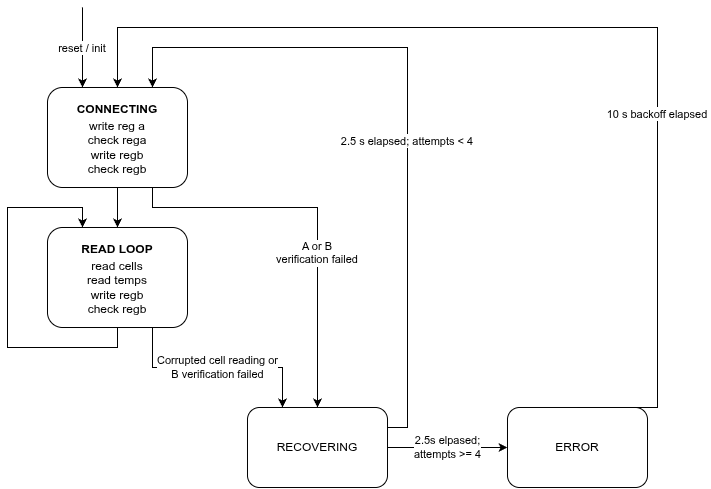
This is firmware/source/a_box/adbms/ADBMS_FSM.drawio.png from PurdueElectricRacing/monorepo, a draw.io export, as it was before one commit. Source tidied: cells renumbered, new cells last; positions are measured from the earlier drawing's top-left corner, leaving out a move shared by most shapes.
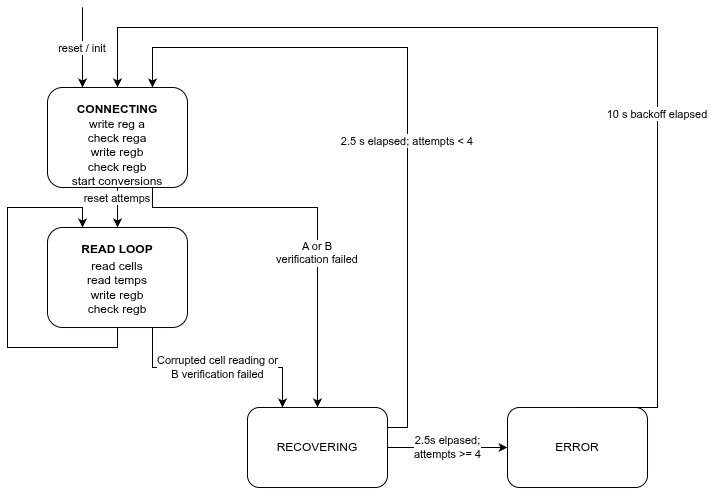
Later version of the same file.

Commit message:
don't reset recovery_attempts attempts until connected

Change to the diagram source:
```diff
@@ -22,8 +22,8 @@
         <mxPoint x="75" as="sourcePoint" />
       </mxGeometry>
     </mxCell>
-    <mxCell id="8" style="endArrow=classic;html=0;rounded=0;curved=0;strokeColor=#000000;" parent="1" edge="1" source="2" target="3">
-      <mxGeometry relative="1" as="geometry" />
+    <mxCell id="8" value="reset attemps" style="endArrow=classic;html=0;rounded=0;curved=0;strokeColor=#000000;" parent="1" edge="1" source="2" target="3">
+      <mxGeometry x="-0.5" relative="1" as="geometry" />
     </mxCell>
     <mxCell id="9" value="A or B&#10;verification failed" style="endArrow=classic;html=0;rounded=0;strokeColor=#000000;exitX=0.75;exitY=1;exitDx=0;exitDy=0;edgeStyle=orthogonalEdgeStyle;entryX=0.5;entryY=0;entryDx=0;entryDy=0;" parent="1" edge="1" source="2" target="5">
       <mxGeometry x="0.2" relative="1" as="geometry">
@@ -50,8 +50,8 @@
         </Array>
       </mxGeometry>
     </mxCell>
-    <mxCell id="12" value="&lt;span style=&quot;color: rgb(0, 0, 0);&quot;&gt;write reg a&lt;/span&gt;&lt;div&gt;&lt;span style=&quot;color: rgb(0, 0, 0);&quot;&gt;check rega&lt;/span&gt;&lt;/div&gt;&lt;div&gt;&lt;span style=&quot;color: rgb(0, 0, 0);&quot;&gt;write regb&lt;/span&gt;&lt;/div&gt;&lt;div&gt;&lt;span style=&quot;color: rgb(0, 0, 0);&quot;&gt;check regb&lt;/span&gt;&lt;/div&gt;" style="text;html=1;whiteSpace=wrap;strokeColor=none;fillColor=none;align=center;verticalAlign=middle;rounded=0;" parent="1" vertex="1">
-      <mxGeometry x="40" y="110" width="140" height="60" as="geometry" />
+    <mxCell id="12" value="&lt;span style=&quot;color: rgb(0, 0, 0);&quot;&gt;write reg a&lt;/span&gt;&lt;div&gt;&lt;span style=&quot;color: rgb(0, 0, 0);&quot;&gt;check rega&lt;/span&gt;&lt;/div&gt;&lt;div&gt;&lt;span style=&quot;color: rgb(0, 0, 0);&quot;&gt;write regb&lt;/span&gt;&lt;/div&gt;&lt;div&gt;&lt;span style=&quot;color: rgb(0, 0, 0);&quot;&gt;check regb&lt;/span&gt;&lt;/div&gt;&lt;div&gt;&lt;span style=&quot;color: rgb(0, 0, 0);&quot;&gt;start conversions&lt;/span&gt;&lt;/div&gt;" style="text;html=1;whiteSpace=wrap;strokeColor=none;fillColor=none;align=center;verticalAlign=middle;rounded=0;" parent="1" vertex="1">
+      <mxGeometry x="40" y="110" width="140" height="70" as="geometry" />
     </mxCell>
     <mxCell id="13" value="&lt;span style=&quot;color: rgb(0, 0, 0);&quot;&gt;Corrupted cell reading or&lt;/span&gt;&lt;div&gt;&lt;span style=&quot;color: rgb(0, 0, 0);&quot;&gt;B verification failed&lt;/span&gt;&lt;/div&gt;" style="edgeStyle=orthogonalEdgeStyle;html=1;exitX=0.75;exitY=1;exitDx=0;exitDy=0;entryX=0.25;entryY=0;entryDx=0;entryDy=0;rounded=0;curved=0;" parent="1" edge="1" source="3" target="5">
       <mxGeometry relative="1" as="geometry" />
```
